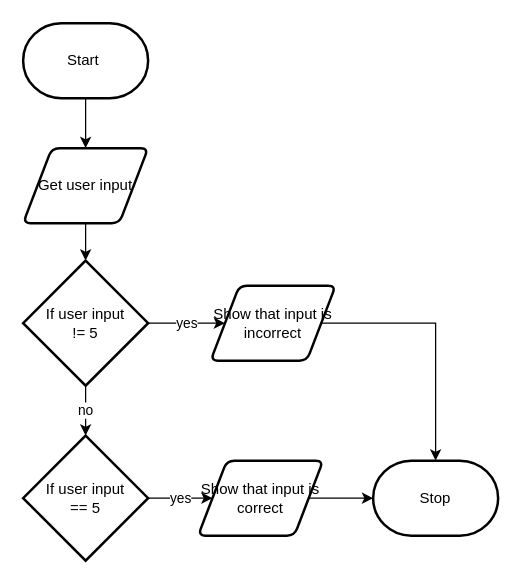
Earlier version of the draw.io diagram flowchart.drawio (joannesanthosh/ICS3U-Unit3-02-Python). Source tidied: cells renumbered, new cells numbered last; positions are measured from the earlier drawing's top-left corner, leaving out a move shared by most shapes. Both pictures are drawn from the tidied source at 125%, with x=0, y=0 at pixel (22, 22).
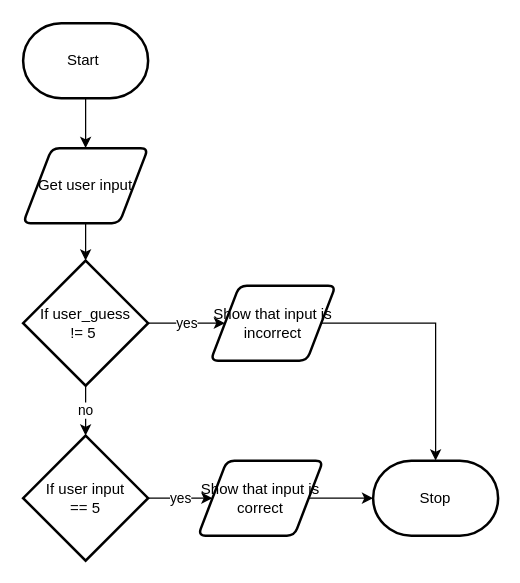
After the change.

Diff of the diagram source:
```diff
@@
 <mxGraphModel>
   <root>
     <mxCell id="0" />
     <mxCell id="1" parent="0" />
     <mxCell id="2" style="edgeStyle=none;html=1;exitX=0.5;exitY=1;exitDx=0;exitDy=0;exitPerimeter=0;entryX=0.5;entryY=0;entryDx=0;entryDy=0;" parent="1" edge="1" source="3" target="5">
       <mxGeometry relative="1" as="geometry" />
     </mxCell>
     <mxCell id="3" value="Start&amp;nbsp;" style="strokeWidth=2;html=1;shape=mxgraph.flowchart.terminator;whiteSpace=wrap;" parent="1" vertex="1">
       <mxGeometry width="100" height="60" as="geometry" />
     </mxCell>
     <mxCell id="4" style="edgeStyle=none;html=1;exitX=0.5;exitY=1;exitDx=0;exitDy=0;entryX=0.5;entryY=0;entryDx=0;entryDy=0;entryPerimeter=0;" parent="1" edge="1" source="5" target="8">
       <mxGeometry relative="1" as="geometry" />
     </mxCell>
     <mxCell id="5" value="Get user input" style="shape=parallelogram;html=1;strokeWidth=2;perimeter=parallelogramPerimeter;whiteSpace=wrap;rounded=1;arcSize=12;size=0.23;" parent="1" vertex="1">
       <mxGeometry y="100" width="100" height="60" as="geometry" />
     </mxCell>
     <mxCell id="6" value="no" style="edgeStyle=none;html=1;exitX=0.5;exitY=1;exitDx=0;exitDy=0;exitPerimeter=0;entryX=0.5;entryY=0;entryDx=0;entryDy=0;entryPerimeter=0;" parent="1" edge="1" source="8" target="10">
       <mxGeometry relative="1" as="geometry" />
     </mxCell>
     <mxCell id="7" value="yes" style="edgeStyle=none;html=1;exitX=1;exitY=0.5;exitDx=0;exitDy=0;exitPerimeter=0;entryX=0;entryY=0.5;entryDx=0;entryDy=0;" parent="1" edge="1" source="8" target="14">
       <mxGeometry relative="1" as="geometry" />
     </mxCell>
-    <mxCell id="8" value="If user input &lt;br&gt;!= 5" style="strokeWidth=2;html=1;shape=mxgraph.flowchart.decision;whiteSpace=wrap;" parent="1" vertex="1">
+    <mxCell id="8" value="If user_guess&lt;br&gt;!= 5&amp;nbsp;" style="strokeWidth=2;html=1;shape=mxgraph.flowchart.decision;whiteSpace=wrap;" parent="1" vertex="1">
       <mxGeometry y="190" width="100" height="100" as="geometry" />
     </mxCell>
     <mxCell id="9" value="yes" style="edgeStyle=none;html=1;exitX=1;exitY=0.5;exitDx=0;exitDy=0;exitPerimeter=0;entryX=0;entryY=0.5;entryDx=0;entryDy=0;" parent="1" edge="1" source="10" target="12">
       <mxGeometry relative="1" as="geometry" />
     </mxCell>
     <mxCell id="10" value="If user input &lt;br&gt;== 5" style="strokeWidth=2;html=1;shape=mxgraph.flowchart.decision;whiteSpace=wrap;" parent="1" vertex="1">
       <mxGeometry y="330" width="100" height="100" as="geometry" />
     </mxCell>
     <mxCell id="11" style="edgeStyle=none;html=1;exitX=1;exitY=0.5;exitDx=0;exitDy=0;" parent="1" edge="1" source="12" target="15">
       <mxGeometry relative="1" as="geometry" />
     </mxCell>
     <mxCell id="12" value="Show that input is correct" style="shape=parallelogram;html=1;strokeWidth=2;perimeter=parallelogramPerimeter;whiteSpace=wrap;rounded=1;arcSize=12;size=0.23;" parent="1" vertex="1">
       <mxGeometry x="140" y="350" width="100" height="60" as="geometry" />
     </mxCell>
     <mxCell id="13" style="edgeStyle=orthogonalEdgeStyle;html=1;exitX=1;exitY=0.5;exitDx=0;exitDy=0;entryX=0.5;entryY=0;entryDx=0;entryDy=0;entryPerimeter=0;rounded=0;" parent="1" edge="1" source="14" target="15">
       <mxGeometry relative="1" as="geometry" />
     </mxCell>
     <mxCell id="14" value="Show that input is incorrect" style="shape=parallelogram;html=1;strokeWidth=2;perimeter=parallelogramPerimeter;whiteSpace=wrap;rounded=1;arcSize=12;size=0.23;" parent="1" vertex="1">
       <mxGeometry x="150" y="210" width="100" height="60" as="geometry" />
     </mxCell>
     <mxCell id="15" value="Stop" style="strokeWidth=2;html=1;shape=mxgraph.flowchart.terminator;whiteSpace=wrap;" parent="1" vertex="1">
       <mxGeometry x="280" y="350" width="100" height="60" as="geometry" />
     </mxCell>
   </root>
 </mxGraphModel>
```
